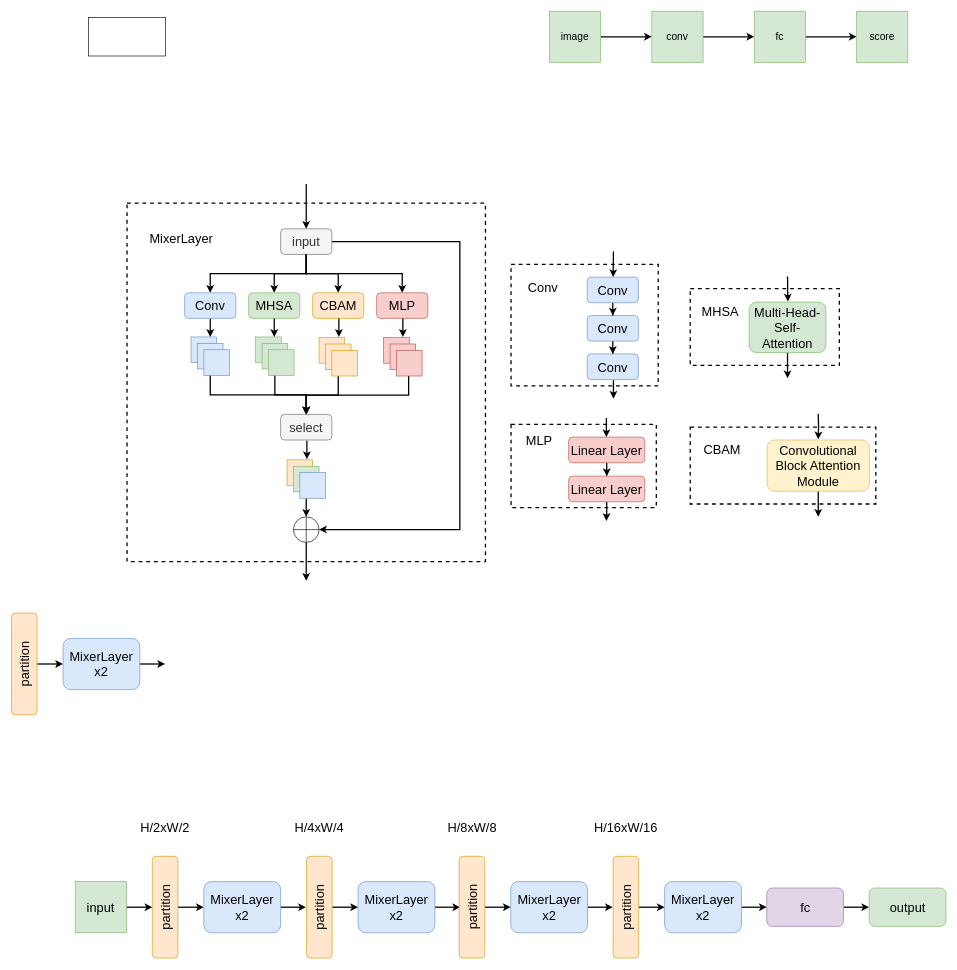
The draw.io diagram model.drawio in Airsku/drawio, before the edit. Source tidied: cells renumbered, new cells numbered last; positions are measured from the earlier drawing's top-left corner, leaving out a move shared by most shapes. Both pictures are drawn from the tidied source at 64%, with x=0, y=0 at pixel (-27, 11).
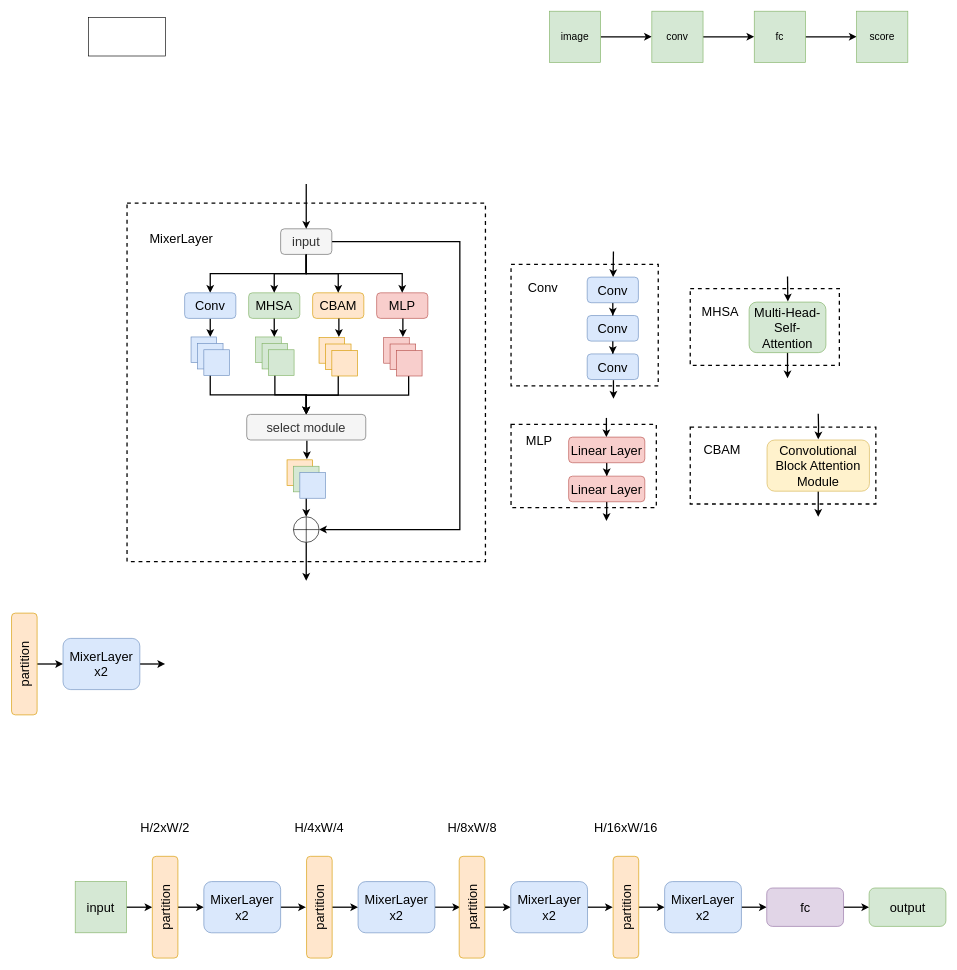
The same diagram, later.

Change to the diagram source:
```diff
@@
-    <mxCell id="48" value="select" style="rounded=1;whiteSpace=wrap;html=1;fontSize=20;fillColor=#f5f5f5;fontColor=#333333;strokeColor=#666666;" parent="1" vertex="1">
-      <mxGeometry x="480" y="630" width="80" height="40" as="geometry" />
+    <mxCell id="48" value="select module" style="rounded=1;whiteSpace=wrap;html=1;fontSize=20;fillColor=#f5f5f5;fontColor=#333333;strokeColor=#666666;" parent="1" vertex="1">
+      <mxGeometry x="427" y="630" width="186" height="40" as="geometry" />
     </mxCell>
```
